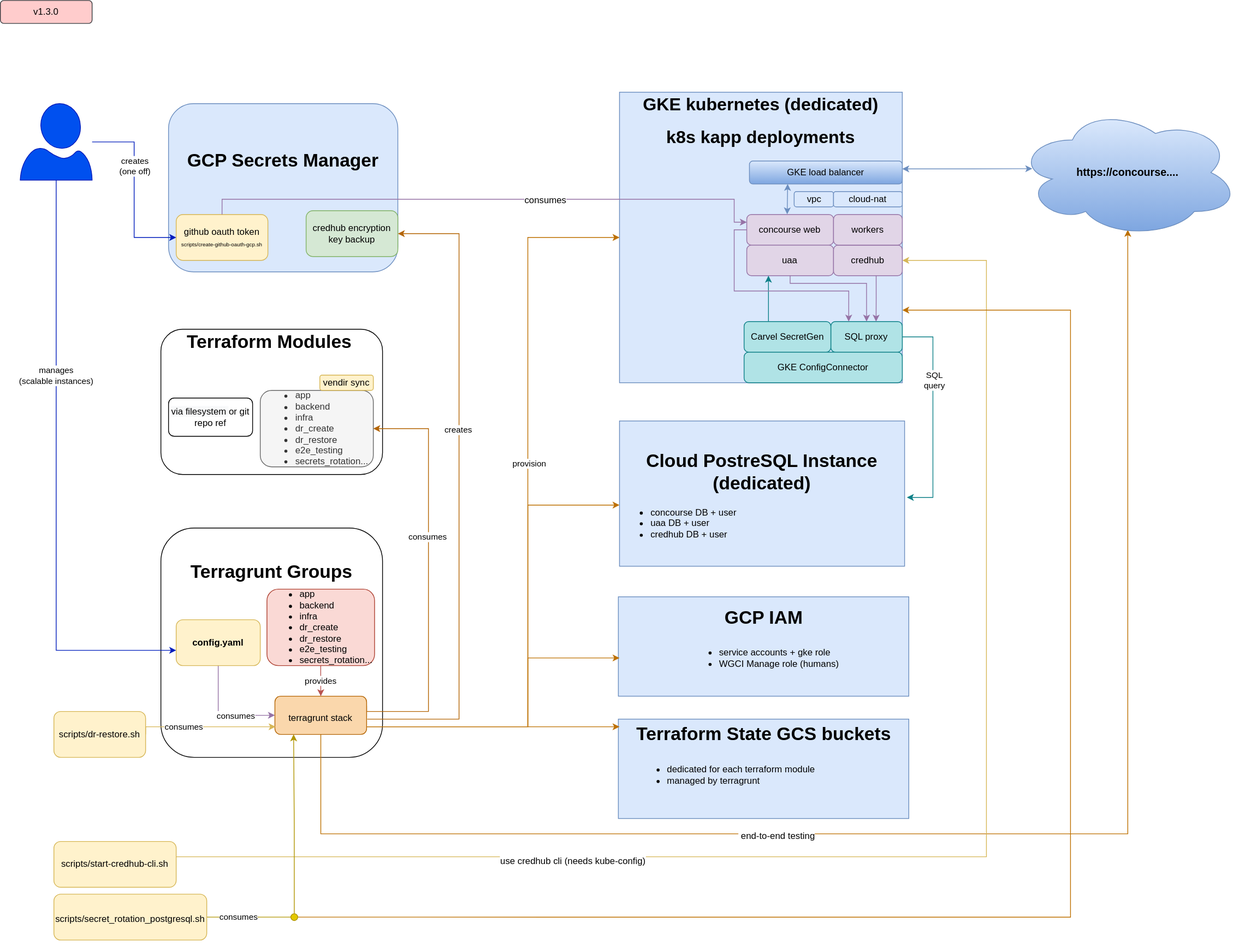
The draw.io diagram docs/concourse/concourse-architecture.drawio.svg in cloudfoundry/app-runtime-interfaces-infrastructure, before a commit. Source tidied: cells renumbered, new cells last; positions are measured from the earlier drawing's top-left corner, leaving out a move shared by most shapes.
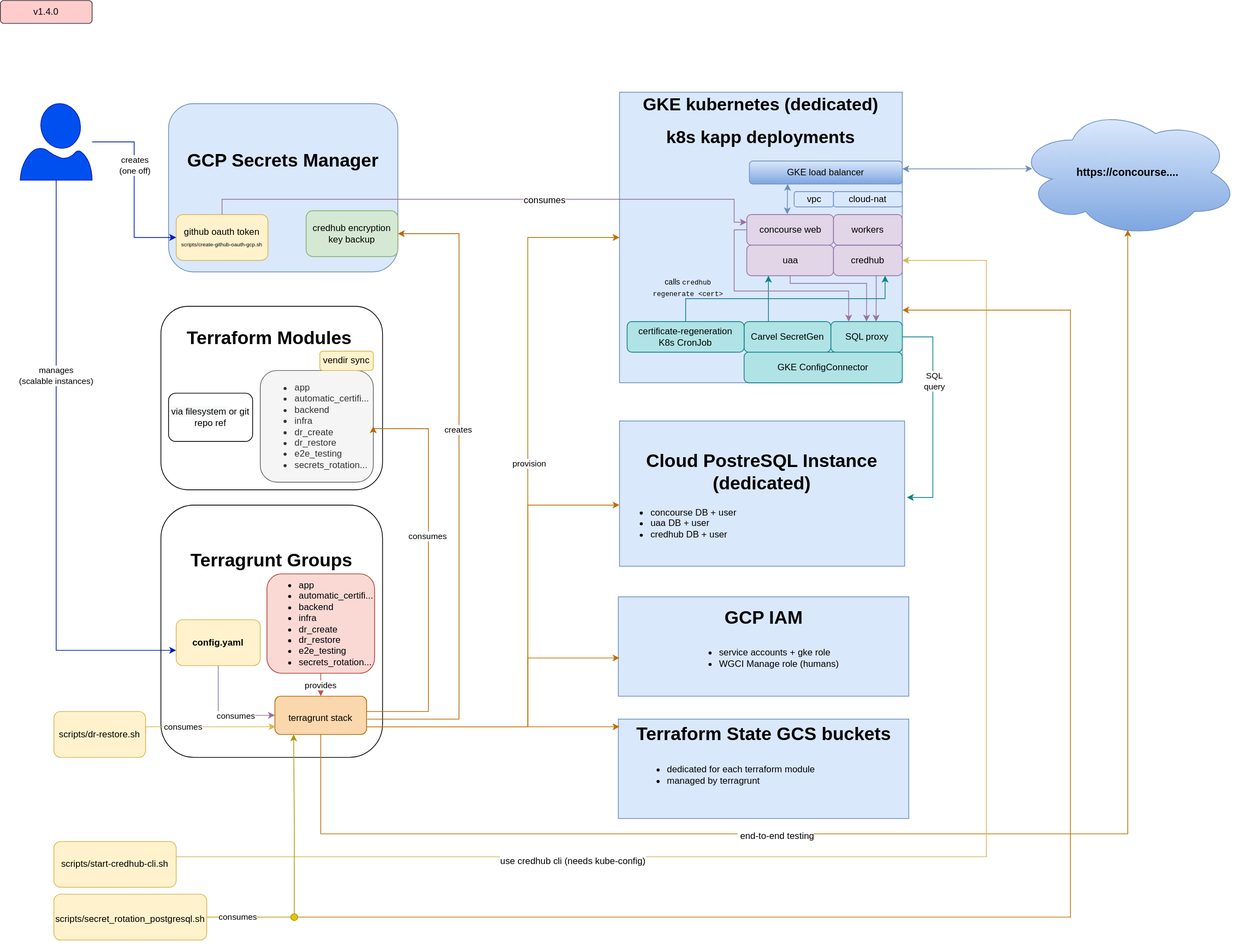
After the commit.

Commit message:
Add "certificate-regeneration" CronJob to SVG diagram

Diff of the diagram source:
```diff
@@ -24,19 +24,19 @@
       <mxGeometry x="26" y="135" width="94" height="100" as="geometry" />
     </mxCell>
     <mxCell id="9" style="group;" parent="1" vertex="1">
-      <mxGeometry x="210" y="430" width="290" height="190" as="geometry" />
+      <mxGeometry x="210" y="400" width="290" height="240" as="geometry" />
     </mxCell>
     <mxCell id="10" value="&lt;h1 style=&quot;text-align: left;&quot;&gt;&lt;font style=&quot;font-size: 24px;&quot;&gt;&amp;nbsp; &amp;nbsp; &amp;nbsp;Terraform Modules&lt;/font&gt;&amp;nbsp; &amp;nbsp; &amp;nbsp; &amp;nbsp; &amp;nbsp; &amp;nbsp; &amp;nbsp; &amp;nbsp; &amp;nbsp; &amp;nbsp; &amp;nbsp; &amp;nbsp; &amp;nbsp; &amp;nbsp; &amp;nbsp; &amp;nbsp; &amp;nbsp; &amp;nbsp;&amp;nbsp;&lt;/h1&gt;&lt;font style=&quot;font-size: 24px;&quot;&gt;&lt;br&gt;&lt;br&gt;&lt;/font&gt;" style="rounded=1;whiteSpace=wrap;html=1;fontSize=24;" parent="9" vertex="1">
-      <mxGeometry width="290" height="190" as="geometry" />
+      <mxGeometry width="290" height="240" as="geometry" />
     </mxCell>
-    <mxCell id="11" value="&lt;p&gt;&lt;/p&gt;&lt;ul style=&quot;font-size: 12px;&quot;&gt;&lt;li style=&quot;text-align: left;&quot;&gt;&lt;span style=&quot;background-color: initial;&quot;&gt;app&lt;/span&gt;&lt;/li&gt;&lt;li style=&quot;text-align: left;&quot;&gt;&lt;span style=&quot;background-color: initial;&quot;&gt;backend&lt;/span&gt;&lt;/li&gt;&lt;li style=&quot;text-align: left;&quot;&gt;&lt;span style=&quot;background-color: initial;&quot;&gt;infra&lt;/span&gt;&lt;/li&gt;&lt;li style=&quot;text-align: left;&quot;&gt;&lt;span style=&quot;background-color: initial;&quot;&gt;dr_create&lt;/span&gt;&lt;/li&gt;&lt;li style=&quot;text-align: left;&quot;&gt;&lt;span style=&quot;background-color: initial;&quot;&gt;dr_restore&lt;/span&gt;&lt;/li&gt;&lt;li style=&quot;text-align: left;&quot;&gt;&lt;span style=&quot;background-color: initial;&quot;&gt;e2e_testing&lt;/span&gt;&lt;/li&gt;&lt;li style=&quot;text-align: left;&quot;&gt;&lt;span style=&quot;background-color: initial;&quot;&gt;secrets_rotation...&lt;/span&gt;&lt;/li&gt;&lt;/ul&gt;&lt;p&gt;&lt;/p&gt;" style="rounded=1;whiteSpace=wrap;html=1;fontSize=24;fillColor=#f5f5f5;fontColor=#333333;strokeColor=#666666;" parent="9" vertex="1">
-      <mxGeometry x="130" y="80" width="147.9" height="100" as="geometry" />
+    <mxCell id="11" value="&lt;p&gt;&lt;/p&gt;&lt;ul style=&quot;font-size: 12px;&quot;&gt;&lt;li style=&quot;text-align: left;&quot;&gt;&lt;span style=&quot;background-color: initial;&quot;&gt;app&lt;br&gt;&lt;/span&gt;&lt;/li&gt;&lt;li style=&quot;text-align: left;&quot;&gt;&lt;span style=&quot;background-color: initial;&quot;&gt;automatic_certifi...&lt;/span&gt;&lt;/li&gt;&lt;li style=&quot;text-align: left;&quot;&gt;&lt;span style=&quot;background-color: initial;&quot;&gt;backend&lt;/span&gt;&lt;/li&gt;&lt;li style=&quot;text-align: left;&quot;&gt;&lt;span style=&quot;background-color: initial;&quot;&gt;infra&lt;/span&gt;&lt;/li&gt;&lt;li style=&quot;text-align: left;&quot;&gt;&lt;span style=&quot;background-color: initial;&quot;&gt;dr_create&lt;/span&gt;&lt;/li&gt;&lt;li style=&quot;text-align: left;&quot;&gt;&lt;span style=&quot;background-color: initial;&quot;&gt;dr_restore&lt;/span&gt;&lt;/li&gt;&lt;li style=&quot;text-align: left;&quot;&gt;&lt;span style=&quot;background-color: initial;&quot;&gt;e2e_testing&lt;/span&gt;&lt;/li&gt;&lt;li style=&quot;text-align: left;&quot;&gt;&lt;span style=&quot;background-color: initial;&quot;&gt;secrets_rotation...&lt;/span&gt;&lt;/li&gt;&lt;/ul&gt;&lt;p&gt;&lt;/p&gt;" style="rounded=1;whiteSpace=wrap;html=1;fontSize=24;fillColor=#f5f5f5;fontColor=#333333;strokeColor=#666666;" parent="9" vertex="1">
+      <mxGeometry x="130" y="84" width="147.9" height="145.9" as="geometry" />
     </mxCell>
     <mxCell id="12" value="vendir sync" style="rounded=1;whiteSpace=wrap;html=1;labelBorderColor=none;fontSize=12;fillColor=#fff2cc;strokeColor=#d6b656;" parent="9" vertex="1">
-      <mxGeometry x="207.9" y="60" width="70" height="20" as="geometry" />
+      <mxGeometry x="207.9" y="58.8" width="70" height="25.3" as="geometry" />
     </mxCell>
     <mxCell id="13" value="&lt;font style=&quot;color: rgb(0, 0, 0); font-family: Helvetica; font-style: normal; font-variant-ligatures: normal; font-variant-caps: normal; font-weight: 400; letter-spacing: normal; orphans: 2; text-align: left; text-indent: 0px; text-transform: none; widows: 2; word-spacing: 0px; -webkit-text-stroke-width: 0px; background-color: rgb(248, 249, 250); text-decoration-thickness: initial; text-decoration-style: initial; text-decoration-color: initial; font-size: 12px;&quot;&gt;via filesystem&amp;nbsp;&lt;/font&gt;&lt;span style=&quot;color: rgb(0, 0, 0); font-family: Helvetica; font-style: normal; font-variant-ligatures: normal; font-variant-caps: normal; font-weight: 400; letter-spacing: normal; orphans: 2; text-indent: 0px; text-transform: none; widows: 2; word-spacing: 0px; -webkit-text-stroke-width: 0px; background-color: initial; text-decoration-thickness: initial; text-decoration-style: initial; text-decoration-color: initial; font-size: 12px; text-align: center;&quot;&gt;or git repo&lt;span&gt;&amp;nbsp;ref&lt;/span&gt;&lt;/span&gt;" style="rounded=1;whiteSpace=wrap;html=1;" parent="9" vertex="1">
-      <mxGeometry x="10" y="90" width="110" height="50" as="geometry" />
+      <mxGeometry x="10" y="113.7" width="110" height="63.2" as="geometry" />
     </mxCell>
     <mxCell id="14" value="&lt;h1 style=&quot;font-size: 23px;&quot;&gt;&lt;font style=&quot;font-size: 23px;&quot;&gt;GKE kubernetes (dedicated)&lt;/font&gt;&lt;/h1&gt;&lt;h1 style=&quot;font-size: 23px;&quot;&gt;&lt;font style=&quot;font-size: 23px;&quot;&gt;k8s kapp deployments&lt;/font&gt;&lt;/h1&gt;&lt;div style=&quot;font-size: 23px;&quot;&gt;&lt;font style=&quot;font-size: 23px;&quot;&gt;&lt;br&gt;&lt;/font&gt;&lt;/div&gt;&lt;div style=&quot;font-size: 23px;&quot;&gt;&lt;font style=&quot;font-size: 23px;&quot;&gt;&lt;br&gt;&lt;/font&gt;&lt;/div&gt;&lt;div style=&quot;font-size: 23px;&quot;&gt;&lt;font style=&quot;font-size: 23px;&quot;&gt;&lt;br&gt;&lt;/font&gt;&lt;/div&gt;&lt;div style=&quot;font-size: 23px;&quot;&gt;&lt;font style=&quot;font-size: 23px;&quot;&gt;&lt;br&gt;&lt;/font&gt;&lt;/div&gt;&lt;div style=&quot;font-size: 23px;&quot;&gt;&lt;font style=&quot;font-size: 23px;&quot;&gt;&lt;br&gt;&lt;/font&gt;&lt;/div&gt;&lt;div style=&quot;font-size: 23px;&quot;&gt;&lt;font style=&quot;font-size: 23px;&quot;&gt;&lt;br&gt;&lt;/font&gt;&lt;/div&gt;&lt;div style=&quot;font-size: 23px;&quot;&gt;&lt;font style=&quot;font-size: 23px;&quot;&gt;&lt;br&gt;&lt;/font&gt;&lt;/div&gt;&lt;div style=&quot;font-size: 23px;&quot;&gt;&lt;font style=&quot;font-size: 23px;&quot;&gt;&lt;br&gt;&lt;/font&gt;&lt;/div&gt;&lt;div style=&quot;font-size: 23px;&quot;&gt;&lt;font style=&quot;font-size: 23px;&quot;&gt;&lt;br&gt;&lt;/font&gt;&lt;/div&gt;&lt;div style=&quot;font-size: 23px;&quot;&gt;&lt;font style=&quot;font-size: 23px;&quot;&gt;&lt;br&gt;&lt;/font&gt;&lt;/div&gt;&lt;div style=&quot;font-size: 23px;&quot;&gt;&lt;br&gt;&lt;/div&gt;" style="rounded=0;whiteSpace=wrap;html=1;fontSize=12;fillColor=#dae8fc;strokeColor=#6c8ebf;" parent="1" vertex="1">
       <mxGeometry x="810" y="120" width="370" height="380" as="geometry" />
@@ -45,7 +45,7 @@
       <mxGeometry x="808.5" y="940" width="380" height="130" as="geometry" />
     </mxCell>
     <mxCell id="16" value="&lt;h1&gt;&lt;font style=&quot;font-size: 24px;&quot;&gt;Terragrunt Groups&lt;/font&gt;&lt;/h1&gt;&lt;div&gt;&lt;br&gt;&lt;/div&gt;&lt;div&gt;&lt;br&gt;&lt;/div&gt;&lt;div&gt;&lt;br&gt;&lt;/div&gt;&lt;div&gt;&lt;br&gt;&lt;/div&gt;&lt;div&gt;&lt;br&gt;&lt;/div&gt;&lt;div&gt;&lt;br&gt;&lt;/div&gt;&lt;font style=&quot;font-size: 24px;&quot;&gt;&lt;br&gt;&lt;/font&gt;" style="rounded=1;whiteSpace=wrap;html=1;fontSize=24;" parent="1" vertex="1">
-      <mxGeometry x="210" y="690" width="290" height="300" as="geometry" />
+      <mxGeometry x="210" y="660" width="290" height="330" as="geometry" />
     </mxCell>
     <mxCell id="17" style="edgeStyle=orthogonalEdgeStyle;rounded=0;jettySize=auto;html=1;entryX=0;entryY=0.5;entryDx=0;entryDy=0;exitX=0.5;exitY=1;exitDx=0;exitDy=0;fillColor=#e1d5e7;strokeColor=#9673a6;" parent="1" edge="1" source="19" target="26">
       <mxGeometry relative="1" as="geometry" />
@@ -143,7 +143,7 @@
     <mxCell id="37" value="GKE load balancer" style="rounded=1;whiteSpace=wrap;html=1;glass=0;fontSize=12;fillColor=#dae8fc;gradientColor=#7ea6e0;strokeColor=#6c8ebf;" parent="1" vertex="1">
       <mxGeometry x="980" y="210" width="200" height="30" as="geometry" />
     </mxCell>
-    <mxCell id="38" value="v1.3.0" style="rounded=1;whiteSpace=wrap;html=1;glass=0;fontSize=12;fillColor=#ffcccc;strokeColor=#36393d;" parent="1" vertex="1">
+    <mxCell id="38" value="v1.4.0" style="rounded=1;whiteSpace=wrap;html=1;glass=0;fontSize=12;fillColor=#ffcccc;strokeColor=#36393d;" parent="1" vertex="1">
       <mxGeometry width="120" height="30" as="geometry" />
     </mxCell>
     <mxCell id="39" style="edgeStyle=orthogonalEdgeStyle;rounded=0;jettySize=auto;html=1;entryX=0;entryY=0.25;entryDx=0;entryDy=0;fontSize=12;startArrow=none;startFill=0;endArrow=classic;endFill=1;fillColor=#e1d5e7;strokeColor=#9673a6;exitX=0.5;exitY=0;exitDx=0;exitDy=0;" parent="1" edge="1" source="4" target="33">
@@ -161,8 +161,8 @@
     <mxCell id="41" value="provides" style="edgeStyle=orthogonalEdgeStyle;rounded=0;jettySize=auto;html=1;fillColor=#f8cecc;strokeColor=#b85450;" parent="1" edge="1" source="42" target="26">
       <mxGeometry relative="1" as="geometry" />
     </mxCell>
-    <mxCell id="42" value="&lt;p&gt;&lt;/p&gt;&lt;ul style=&quot;font-size: 12px;&quot;&gt;&lt;li style=&quot;text-align: left;&quot;&gt;&lt;span style=&quot;background-color: initial;&quot;&gt;app&lt;/span&gt;&lt;/li&gt;&lt;li style=&quot;text-align: left;&quot;&gt;&lt;span style=&quot;background-color: initial;&quot;&gt;backend&lt;/span&gt;&lt;/li&gt;&lt;li style=&quot;text-align: left;&quot;&gt;&lt;span style=&quot;background-color: initial;&quot;&gt;infra&lt;/span&gt;&lt;/li&gt;&lt;li style=&quot;text-align: left;&quot;&gt;&lt;span style=&quot;background-color: initial;&quot;&gt;dr_create&lt;/span&gt;&lt;/li&gt;&lt;li style=&quot;text-align: left;&quot;&gt;&lt;span style=&quot;background-color: initial;&quot;&gt;dr_restore&lt;/span&gt;&lt;/li&gt;&lt;li style=&quot;text-align: left;&quot;&gt;e2e_testing&lt;/li&gt;&lt;li style=&quot;text-align: left;&quot;&gt;secrets_rotation...&lt;/li&gt;&lt;/ul&gt;&lt;p&gt;&lt;/p&gt;" style="rounded=1;whiteSpace=wrap;html=1;fontSize=24;fillColor=#fad9d5;strokeColor=#ae4132;" parent="1" vertex="1">
-      <mxGeometry x="348.7" y="770" width="140.8" height="100" as="geometry" />
+    <mxCell id="42" value="&lt;p&gt;&lt;/p&gt;&lt;ul style=&quot;font-size: 12px;&quot;&gt;&lt;li style=&quot;text-align: left;&quot;&gt;&lt;span style=&quot;background-color: initial;&quot;&gt;app&lt;/span&gt;&lt;/li&gt;&lt;li style=&quot;text-align: left;&quot;&gt;&lt;span style=&quot;background-color: initial;&quot;&gt;automatic_certifi...&lt;/span&gt;&lt;/li&gt;&lt;li style=&quot;text-align: left;&quot;&gt;&lt;span style=&quot;background-color: initial;&quot;&gt;backend&lt;/span&gt;&lt;/li&gt;&lt;li style=&quot;text-align: left;&quot;&gt;&lt;span style=&quot;background-color: initial;&quot;&gt;infra&lt;/span&gt;&lt;/li&gt;&lt;li style=&quot;text-align: left;&quot;&gt;&lt;span style=&quot;background-color: initial;&quot;&gt;dr_create&lt;/span&gt;&lt;/li&gt;&lt;li style=&quot;text-align: left;&quot;&gt;&lt;span style=&quot;background-color: initial;&quot;&gt;dr_restore&lt;/span&gt;&lt;/li&gt;&lt;li style=&quot;text-align: left;&quot;&gt;e2e_testing&lt;/li&gt;&lt;li style=&quot;text-align: left;&quot;&gt;secrets_rotation...&lt;/li&gt;&lt;/ul&gt;&lt;p&gt;&lt;/p&gt;" style="rounded=1;whiteSpace=wrap;html=1;fontSize=24;fillColor=#fad9d5;strokeColor=#ae4132;" parent="1" vertex="1">
+      <mxGeometry x="348.7" y="750" width="140.8" height="130" as="geometry" />
     </mxCell>
     <mxCell id="43" style="edgeStyle=orthogonalEdgeStyle;rounded=0;jettySize=auto;html=1;exitX=0.5;exitY=1;exitDx=0;exitDy=0;exitPerimeter=0;fontSize=12;fillColor=#0050ef;strokeColor=#001DBC;" parent="1" edge="1" source="8" target="19">
       <mxGeometry relative="1" as="geometry">
@@ -307,5 +307,14 @@
     <mxCell id="71" style="ellipse;whiteSpace=wrap;html=1;fillColor=#e3c800;fontColor=#000000;strokeColor=#B09500;" parent="1" vertex="1">
       <mxGeometry x="380" y="1194.5" width="9" height="9" as="geometry" />
     </mxCell>
+    <mxCell id="72" value="certificate-regeneration&lt;br&gt;K8s CronJob" style="rounded=1;whiteSpace=wrap;html=1;glass=0;fontSize=12;fillColor=#b0e3e6;strokeColor=#0e8088;" parent="1" vertex="1">
+      <mxGeometry x="820" y="420" width="153" height="40" as="geometry" />
+    </mxCell>
+    <mxCell id="73" style="edgeStyle=orthogonalEdgeStyle;rounded=0;jettySize=auto;html=1;entryX=0.75;entryY=1;entryDx=0;entryDy=0;fillColor=#b0e3e6;strokeColor=#0e8088;exitX=0.5;exitY=0;exitDx=0;exitDy=0;" parent="1" edge="1" source="72" target="57">
+      <mxGeometry relative="1" as="geometry" />
+    </mxCell>
+    <mxCell id="74" value="&lt;font style=&quot;&quot;&gt;&lt;span style=&quot;font-size: 10px;&quot;&gt;calls &lt;/span&gt;&lt;font style=&quot;font-size: 9px;&quot; face=&quot;Courier New&quot;&gt;credhub regenerate &amp;lt;cert&amp;gt;&lt;/font&gt;&lt;/font&gt;" style="text;html=1;align=center;verticalAlign=middle;whiteSpace=wrap;rounded=0;" parent="1" vertex="1">
+      <mxGeometry x="850" y="360" width="100" height="30" as="geometry" />
+    </mxCell>
   </root>
 </mxGraphModel>
```
